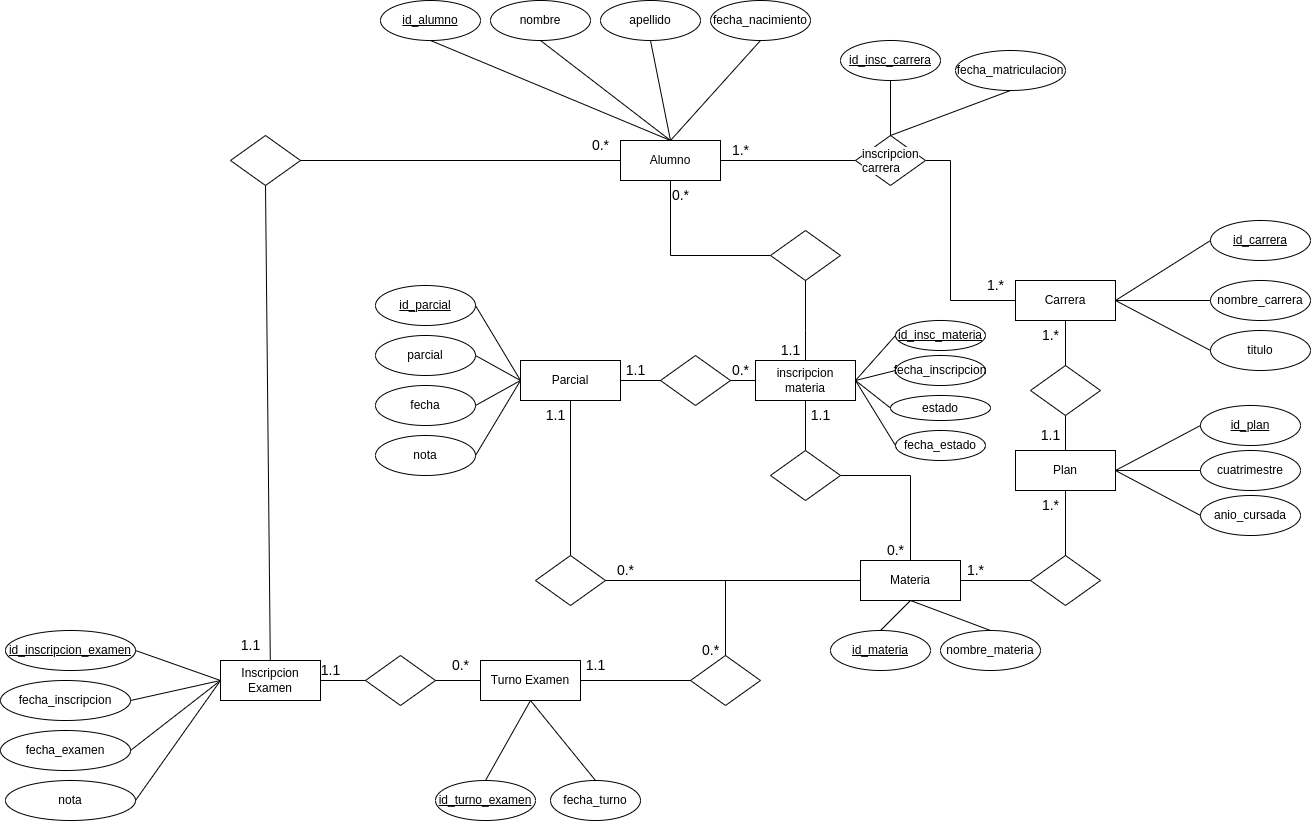
The draw.io diagram TP1/der.drawio.png in ManuelFerreras/BaseDeDatosII, before a commit. Source tidied: cells renumbered, new cells last; positions are measured from the earlier drawing's top-left corner, leaving out a move shared by most shapes.
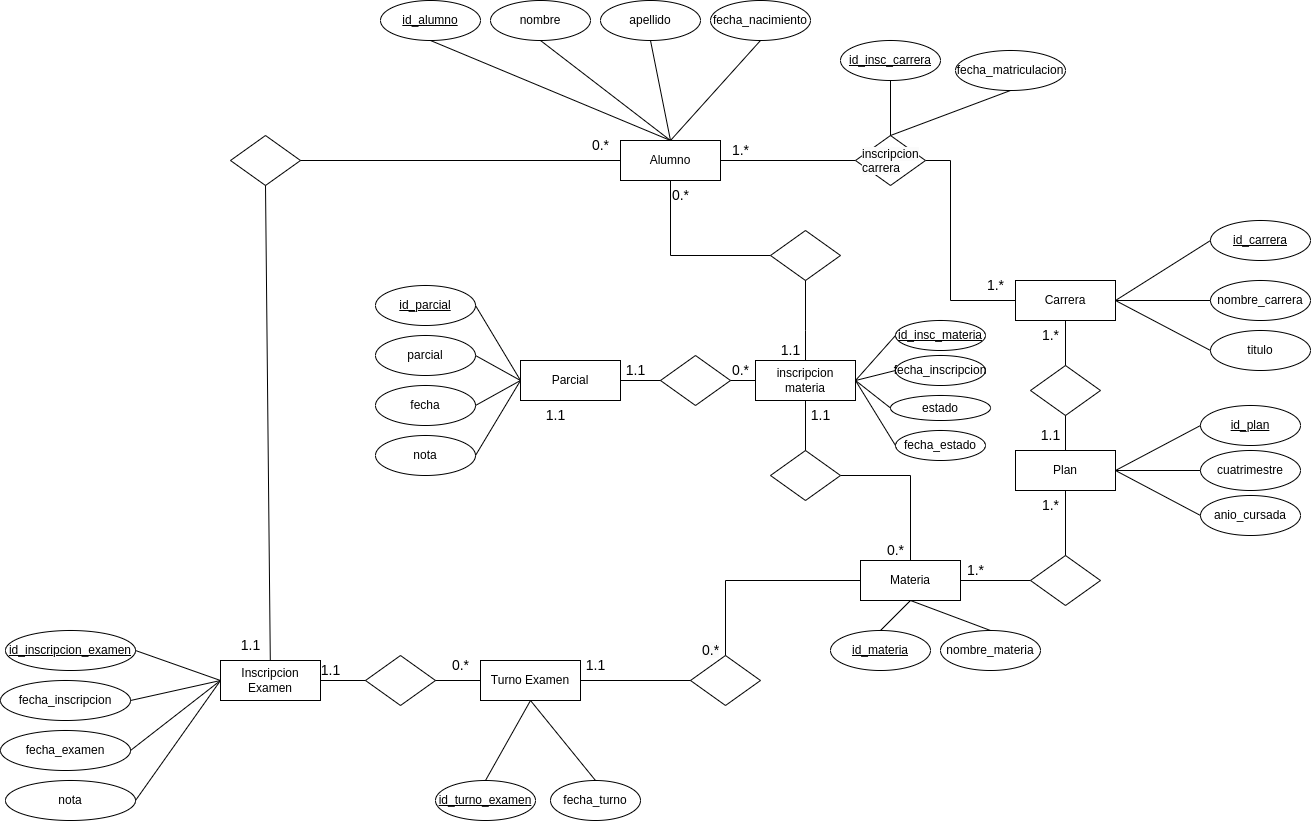
After the commit.

What changed in the source:
```diff
@@ -247,15 +247,6 @@
         </Array>
       </mxGeometry>
     </mxCell>
-    <mxCell id="76" style="endArrow=none;html=1;rounded=0;entryX=0.5;entryY=1;entryDx=0;entryDy=0;exitX=0.5;exitY=0;exitDx=0;exitDy=0;" parent="1" edge="1" source="77" target="12">
-      <mxGeometry relative="1" as="geometry" />
-    </mxCell>
-    <mxCell id="77" style="shape=rhombus;perimeter=rhombusPerimeter;whiteSpace=wrap;html=1;align=center;" parent="1" vertex="1">
-      <mxGeometry x="535" y="555" width="70" height="50" as="geometry" />
-    </mxCell>
-    <mxCell id="78" style="endArrow=none;html=1;rounded=0;entryX=0;entryY=0.5;entryDx=0;entryDy=0;exitX=1;exitY=0.5;exitDx=0;exitDy=0;" parent="1" edge="1" source="77" target="5">
-      <mxGeometry relative="1" as="geometry" />
-    </mxCell>
     <mxCell id="79" style="shape=rhombus;perimeter=rhombusPerimeter;whiteSpace=wrap;html=1;align=center;" parent="1" vertex="1">
       <mxGeometry x="365" y="655" width="70" height="50" as="geometry" />
     </mxCell>
@@ -314,9 +305,6 @@
     <mxCell id="96" value="&lt;font style=&quot;font-size: 14px;&quot;&gt;1.1&lt;/font&gt;" style="text;html=1;align=center;verticalAlign=middle;strokeColor=none;fillColor=none;" parent="1" vertex="1">
       <mxGeometry x="575" y="650" width="40" height="30" as="geometry" />
     </mxCell>
-    <mxCell id="97" value="&lt;font style=&quot;font-size: 14px;&quot;&gt;0.*&lt;/font&gt;" style="text;html=1;align=center;verticalAlign=middle;strokeColor=none;fillColor=none;" parent="1" vertex="1">
-      <mxGeometry x="605" y="555" width="40" height="30" as="geometry" />
-    </mxCell>
     <mxCell id="98" value="&lt;font style=&quot;font-size: 14px;&quot;&gt;1.1&lt;/font&gt;" style="text;html=1;align=center;verticalAlign=middle;strokeColor=none;fillColor=none;" parent="1" vertex="1">
       <mxGeometry x="535" y="400" width="40" height="30" as="geometry" />
     </mxCell>
```
